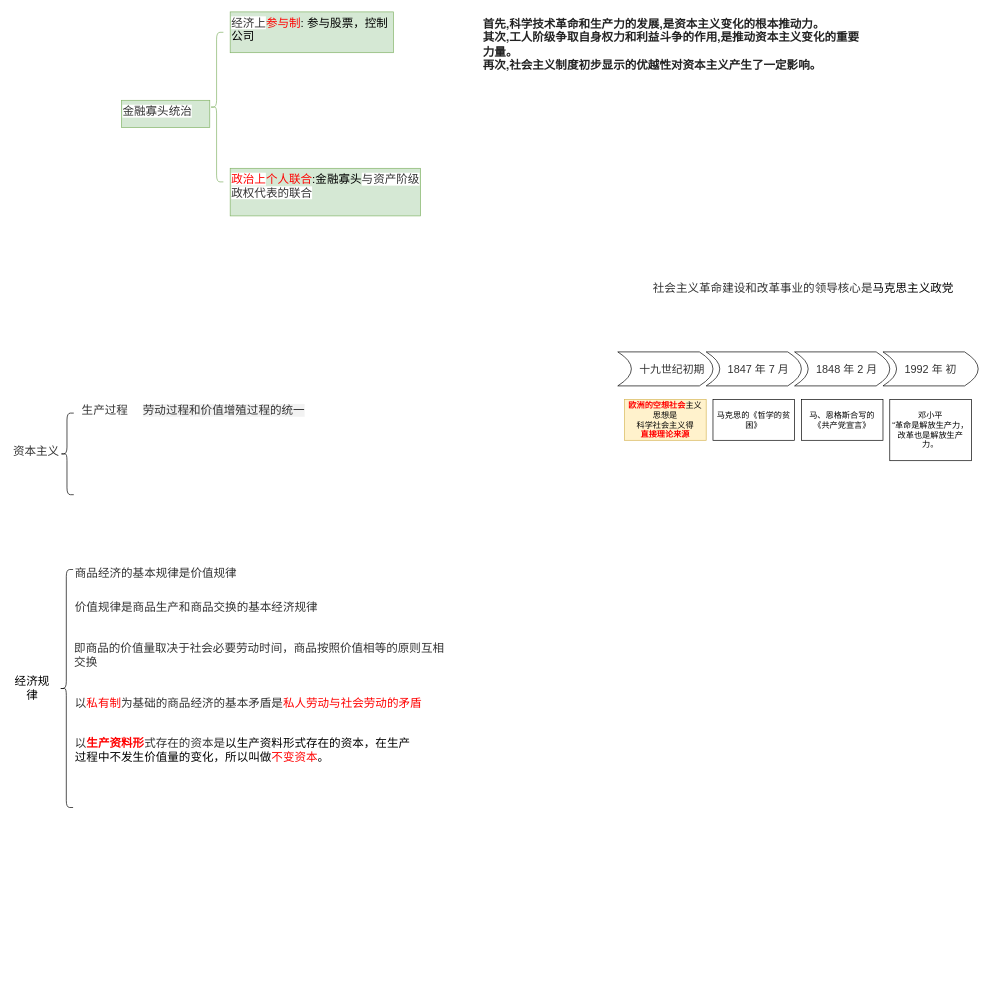
Earlier version of the draw.io diagram 未命名绘图.drawio (Xiaojiu666/ZSB). Source tidied: cells renumbered, new cells numbered last; positions are measured from the earlier drawing's top-left corner, leaving out a move shared by most shapes. Both pictures are drawn from the tidied source at 68%, with x=0, y=0 at pixel (12, 12).
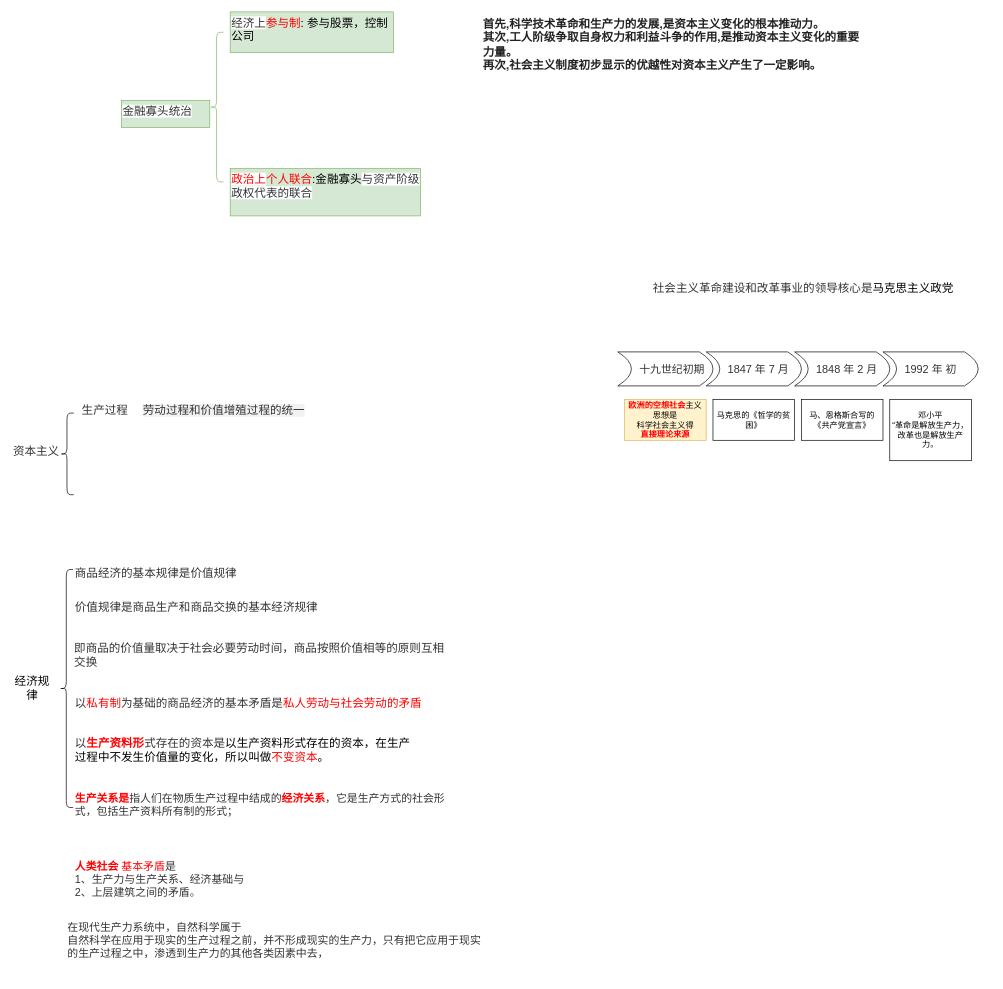
Above is the later version.

Commit message:
更新未命名绘图.drawio

What changed in the source:
```diff
@@
+    <mxCell id="31" value="&lt;span style=&quot;font-family: &amp;quot;Noto Sans SC&amp;quot;; font-size: 16px; font-style: normal; font-variant-ligatures: normal; font-variant-caps: normal; letter-spacing: normal; orphans: 2; text-align: left; text-indent: 0px; text-transform: none; widows: 2; word-spacing: 0px; -webkit-text-stroke-width: 0px; background-color: rgb(255, 255, 255); text-decoration-thickness: initial; text-decoration-style: initial; text-decoration-color: initial; float: none; display: inline !important;&quot;&gt;&lt;b style=&quot;&quot;&gt;&lt;font color=&quot;#ff0000&quot;&gt;生产关系是&lt;/font&gt;&lt;/b&gt;&lt;/span&gt;&lt;span style=&quot;color: rgb(51, 51, 51); font-family: &amp;quot;Noto Sans SC&amp;quot;; font-size: 16px; font-style: normal; font-variant-ligatures: normal; font-variant-caps: normal; font-weight: 400; letter-spacing: normal; orphans: 2; text-align: left; text-indent: 0px; text-transform: none; widows: 2; word-spacing: 0px; -webkit-text-stroke-width: 0px; background-color: rgb(255, 255, 255); text-decoration-thickness: initial; text-decoration-style: initial; text-decoration-color: initial; float: none; display: inline !important;&quot;&gt;指人们在物质生产过程中结成的&lt;/span&gt;&lt;span style=&quot;font-family: &amp;quot;Noto Sans SC&amp;quot;; font-size: 16px; font-style: normal; font-variant-ligatures: normal; font-variant-caps: normal; letter-spacing: normal; orphans: 2; text-align: left; text-indent: 0px; text-transform: none; widows: 2; word-spacing: 0px; -webkit-text-stroke-width: 0px; background-color: rgb(255, 255, 255); text-decoration-thickness: initial; text-decoration-style: initial; text-decoration-color: initial; float: none; display: inline !important;&quot;&gt;&lt;b style=&quot;&quot;&gt;&lt;font color=&quot;#ff0000&quot;&gt;经济关系&lt;/font&gt;&lt;/b&gt;&lt;/span&gt;&lt;span style=&quot;color: rgb(51, 51, 51); font-family: &amp;quot;Noto Sans SC&amp;quot;; font-size: 16px; font-style: normal; font-variant-ligatures: normal; font-variant-caps: normal; font-weight: 400; letter-spacing: normal; orphans: 2; text-align: left; text-indent: 0px; text-transform: none; widows: 2; word-spacing: 0px; -webkit-text-stroke-width: 0px; background-color: rgb(255, 255, 255); text-decoration-thickness: initial; text-decoration-style: initial; text-decoration-color: initial; float: none; display: inline !important;&quot;&gt;，它是生产方式的社会形式，包括生产资料所有制的形式；&lt;/span&gt;" style="text;whiteSpace=wrap;html=1;" parent="1" vertex="1">
+      <mxGeometry x="91" y="1140" width="560" height="60" as="geometry" />
+    </mxCell>
+    <mxCell id="32" value="&lt;div style=&quot;box-sizing: border-box; margin: 0px 0px 15px; padding: 0px; font-family: &amp;quot;Noto Sans SC&amp;quot;; font-size: 16px; font-style: normal; font-variant-ligatures: normal; font-variant-caps: normal; letter-spacing: normal; orphans: 2; text-align: left; text-indent: 0px; text-transform: none; widows: 2; word-spacing: 0px; -webkit-text-stroke-width: 0px; background-color: rgb(255, 255, 255); text-decoration-thickness: initial; text-decoration-style: initial; text-decoration-color: initial;&quot;&gt;&lt;div id=&quot;setExplanation&quot; style=&quot;box-sizing: border-box; margin: 0px; padding: 0px;&quot;&gt;&lt;p style=&quot;box-sizing: border-box; margin: 0px; padding: 0px;&quot;&gt;&lt;b style=&quot;&quot;&gt;&lt;font color=&quot;#ff0000&quot;&gt;人类社会&lt;/font&gt;&lt;font color=&quot;#333333&quot;&gt;&amp;nbsp;&lt;/font&gt;&lt;/b&gt;&lt;font color=&quot;#ff0000&quot;&gt;基本矛盾&lt;/font&gt;&lt;font color=&quot;#333333&quot;&gt;是&amp;nbsp;&lt;/font&gt;&lt;/p&gt;&lt;p style=&quot;box-sizing: border-box; margin: 0px; padding: 0px;&quot;&gt;&lt;font color=&quot;#333333&quot;&gt;1、生产力与生产关系、经济基础与&lt;/font&gt;&lt;/p&gt;&lt;p style=&quot;box-sizing: border-box; margin: 0px; padding: 0px;&quot;&gt;&lt;font color=&quot;#333333&quot;&gt;2、上层建筑之间的矛盾。&lt;/font&gt;&lt;/p&gt;&lt;/div&gt;&lt;/div&gt;" style="text;whiteSpace=wrap;html=1;" parent="1" vertex="1">
+      <mxGeometry x="91" y="1240" width="560" height="50" as="geometry" />
+    </mxCell>
+    <mxCell id="33" value="&lt;span style=&quot;color: rgb(51, 51, 51); font-family: &amp;quot;Noto Sans SC&amp;quot;; font-size: 16px; font-style: normal; font-variant-ligatures: normal; font-variant-caps: normal; font-weight: 400; letter-spacing: normal; orphans: 2; text-align: left; text-indent: 0px; text-transform: none; widows: 2; word-spacing: 0px; -webkit-text-stroke-width: 0px; background-color: rgb(255, 255, 255); text-decoration-thickness: initial; text-decoration-style: initial; text-decoration-color: initial; float: none; display: inline !important;&quot;&gt;在现代生产力系统中，自然科学属于&lt;br&gt;自然科学在应用于现实的生产过程之前，并不形成现实的生产力，只有把它应用于现实的生产过程之中，渗透到生产力的其他各类因素中去，&lt;br&gt;&lt;/span&gt;" style="text;whiteSpace=wrap;html=1;" parent="1" vertex="1">
+      <mxGeometry x="80" y="1330" width="611" height="90" as="geometry" />
+    </mxCell>
```
